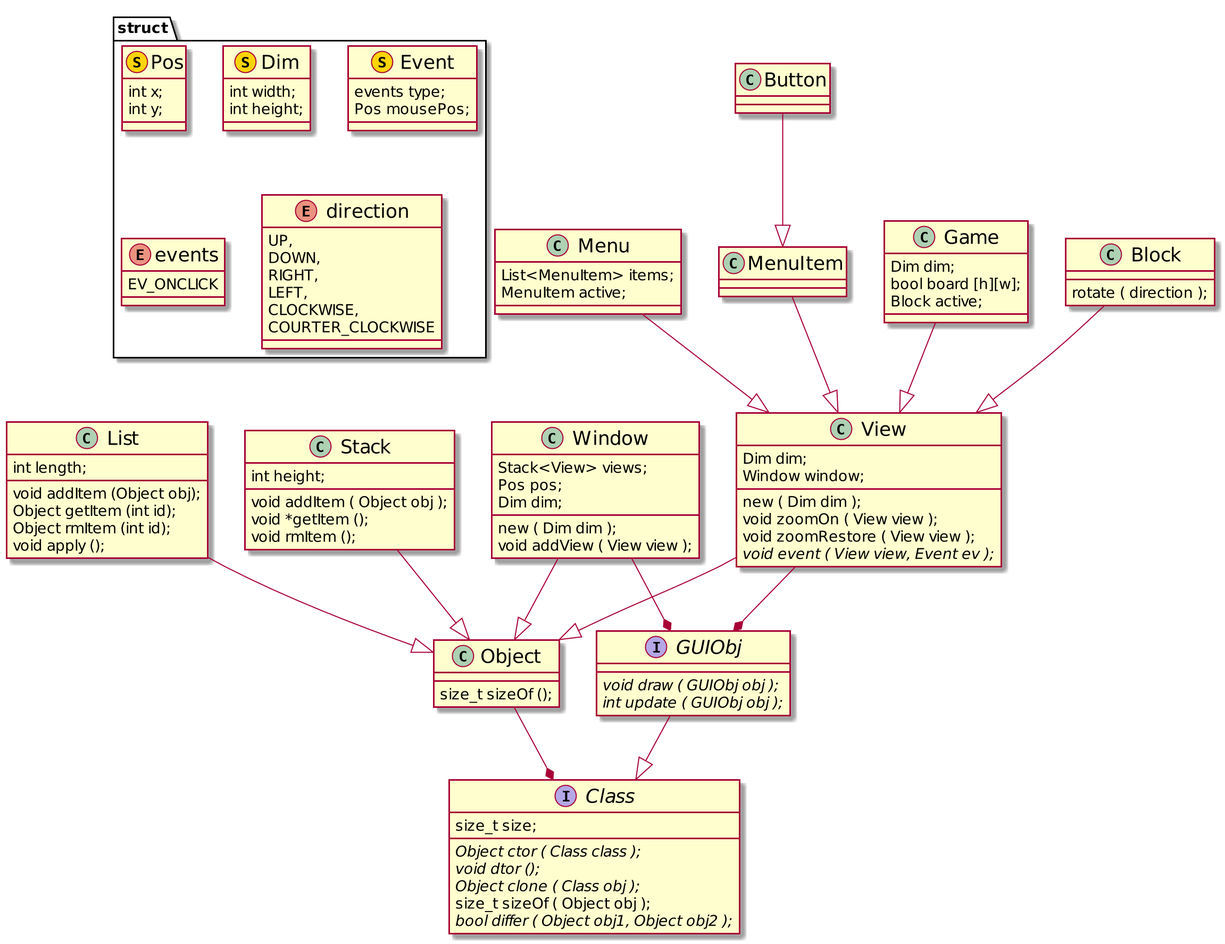
binary-b/c-tetris keeps this PlantUML diagram as docs/classes.png. Above is the earlier version. Its diagram source:
```plantuml
@startuml
scale 2.0

skinparam defaultFontName Monospace
skinparam classFontSize 18
skinparam defaultFontSize 14

package "struct" {
	class Pos <<(S,#fcd40a)>> {
		int x;
		int y;
	}
	class Dim <<(S,#fcd40a)>> {
		int width;
		int height;
	}
	class Event <<(S,#fcd40a)>> {
		events type;
		Pos mousePos;
	}
	enum events {
		EV_ONCLICK
	}
	enum direction {
		UP,
		DOWN,
		RIGHT,
		LEFT,
		CLOCKWISE,
		COURTER_CLOCKWISE
	}
}
interface Class {
	size_t size;
	{abstract} Object ctor ( Class class );
	{abstract} void dtor ();
	{abstract} Object clone ( Class obj );
	size_t sizeOf ( Object obj );
	{abstract} bool differ ( Object obj1, Object obj2 );
}

class Object {
	size_t sizeOf ();
}
class List {
	int length;
	void addItem (Object obj);
	Object getItem (int id);
	Object rmItem (int id);
	void apply ();
}
class Stack {
	int height;
	void addItem ( Object obj );
	void *getItem ();
	void rmItem ();
}

interface GUIObj {
	{abstract} void draw ( GUIObj obj );
	{abstract} int update ( GUIObj obj );
}
class Window {
	Stack<View> views;
	Pos pos;
	Dim dim;
	new ( Dim dim );
	void addView ( View view );
}
class View {
	Dim dim;
	Window window;
	new ( Dim dim );
	void zoomOn ( View view );
	void zoomRestore ( View view );
	{abstract} void event ( View view, Event ev );
}
class Menu {
	List<MenuItem> items;
	MenuItem active;
}
class MenuItem
class Button
class Game {
	Dim dim;
	bool board [h][w];
	Block active;
}
class Block {
	rotate ( direction );
}

Object --* Class

List --|> Object
Stack --|> Object

GUIObj --|> Class

Window --* GUIObj
Window --|> Object
View --* GUIObj
View --|> Object

Menu --|> View
Game --|> View
Block --|> View
MenuItem --|> View

Button --|> MenuItem

@enduml
```
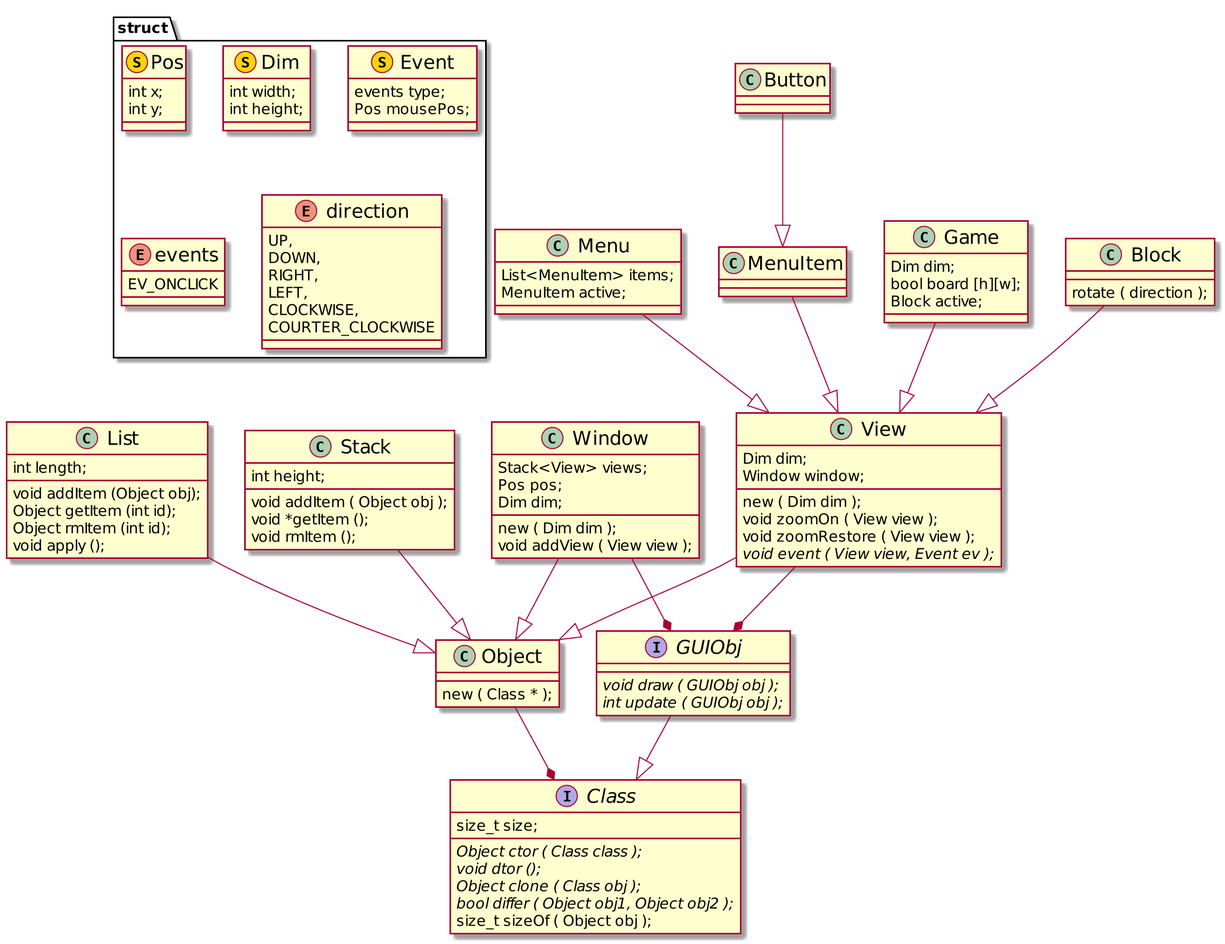
The same diagram one commit later.

Commit message:
Implement main class Object

What changed in the source:
```diff
@@ -35,12 +35,12 @@
 	{abstract} Object ctor ( Class class );
 	{abstract} void dtor ();
 	{abstract} Object clone ( Class obj );
+	{abstract} bool differ ( Object obj1, Object obj2 );
 	size_t sizeOf ( Object obj );
-	{abstract} bool differ ( Object obj1, Object obj2 );
 }
 
 class Object {
-	size_t sizeOf ();
+	new ( Class * );
 }
 class List {
 	int length;
```
